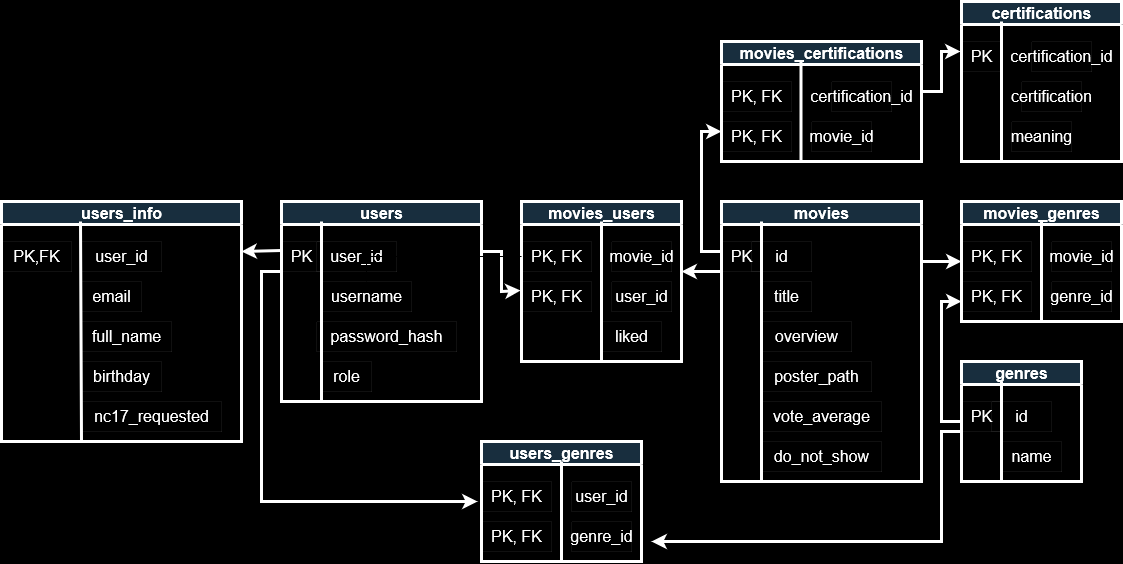
The draw.io diagram docs/WeWatchWhat.drawio.png in quinn-ochoa/movie-recommendations-app, before a commit. Source tidied: cells renumbered, new cells last; positions are measured from the earlier drawing's top-left corner, leaving out a move shared by most shapes.
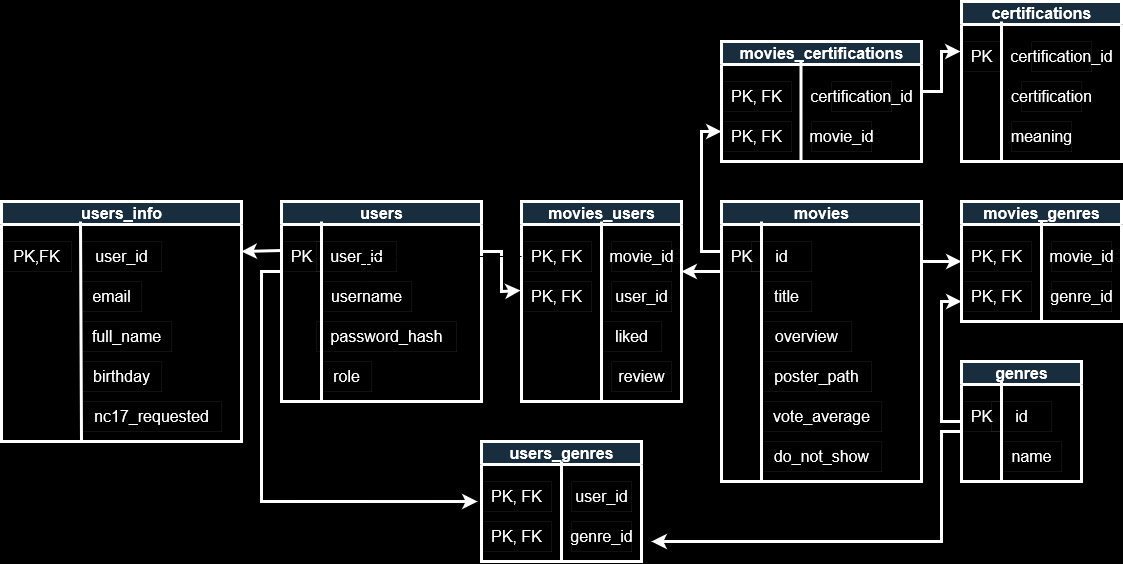
Above is the later version.

Diff of the diagram source:
```diff
@@ -242,7 +242,7 @@
       </mxGeometry>
     </mxCell>
     <mxCell id="62" value="movies_users" style="swimlane;html=1;strokeColor=#FFFFFF;fontColor=#FFFFFF;fontSize=16;fillColor=#182E3E;strokeWidth=3;" parent="1" vertex="1">
-      <mxGeometry x="520" y="200" width="160" height="160" as="geometry" />
+      <mxGeometry x="520" y="200" width="160" height="200" as="geometry" />
     </mxCell>
     <mxCell id="63" value="&lt;div&gt;PK, FK &lt;/div&gt;" style="text;html=1;align=center;verticalAlign=middle;points=[];strokeColor=#FFFFFF;fontColor=#FFFFFF;fontSize=16;strokeWidth=0;" parent="62" vertex="1">
       <mxGeometry y="40" width="70" height="30" as="geometry" />
@@ -259,6 +259,9 @@
     <mxCell id="67" value="liked" style="text;html=1;align=center;verticalAlign=middle;rounded=0;strokeColor=#FFFFFF;fontColor=#FFFFFF;fontSize=16;strokeWidth=0;" parent="62" vertex="1">
       <mxGeometry x="80" y="120" width="60" height="30" as="geometry" />
     </mxCell>
+    <mxCell id="72" value="review" style="text;html=1;align=center;verticalAlign=middle;rounded=0;strokeColor=#FFFFFF;fontColor=#FFFFFF;fontSize=16;strokeWidth=0;" parent="62" vertex="1">
+      <mxGeometry x="90" y="160" width="60" height="30" as="geometry" />
+    </mxCell>
     <mxCell id="68" style="endArrow=none;html=1;rounded=0;strokeColor=#FFFFFF;fontColor=#FFFFFF;fontSize=16;strokeWidth=3;exitX=0.5;exitY=1;exitDx=0;exitDy=0;" parent="1" edge="1" source="62">
       <mxGeometry relative="1" as="geometry">
         <mxPoint x="600" y="220" as="targetPoint" />
```
